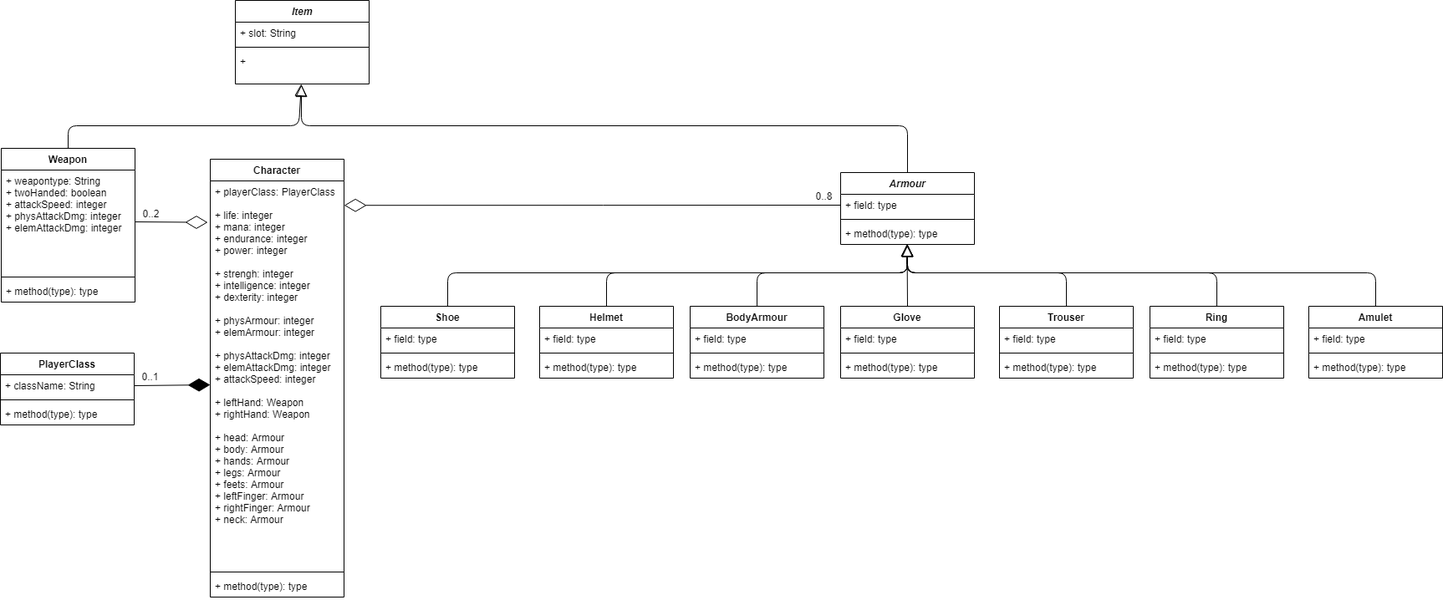
Before: res/UML-Klassendiagramm.png, a diagram exported from draw.io (Medolyah/Mystic-Studio). Source tidied: cells renumbered, new cells last; positions are measured from the earlier drawing's top-left corner, leaving out a move shared by most shapes.
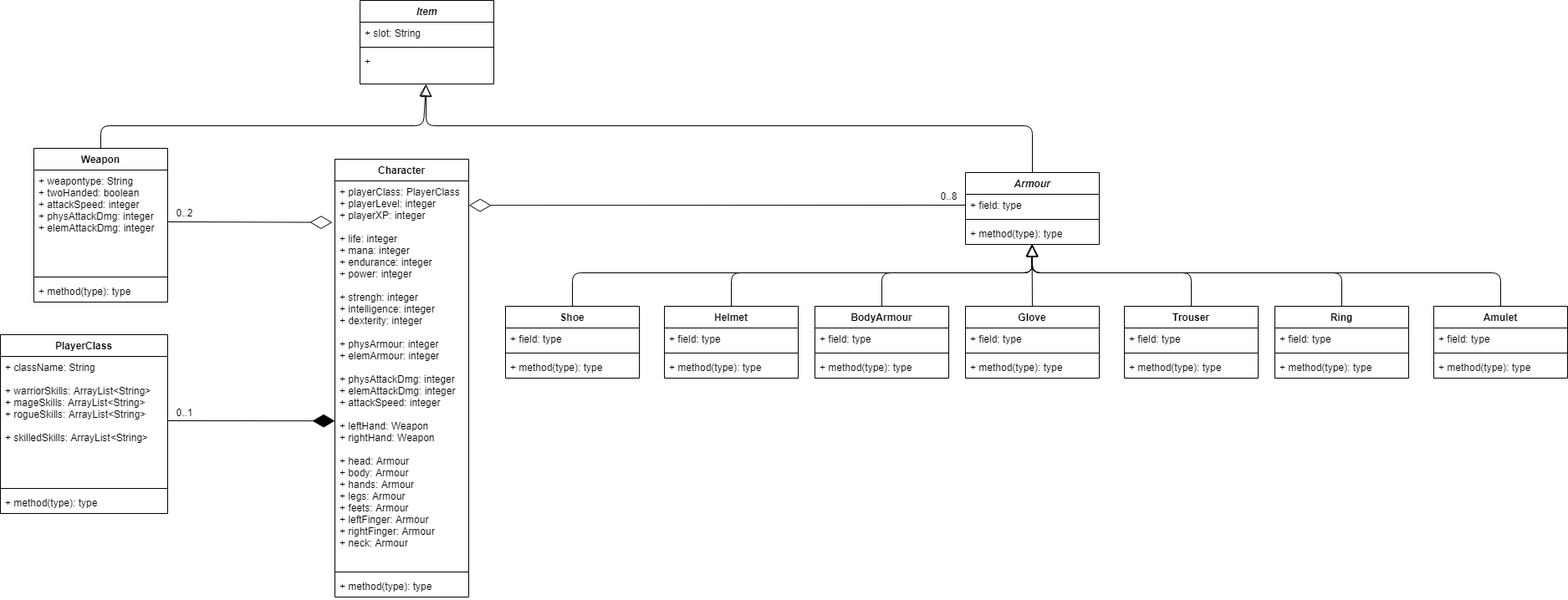
The same diagram one commit later.

Change to the diagram source:
```diff
@@ -5,7 +5,7 @@
     <mxCell id="2" value="Character" style="swimlane;fontStyle=1;align=center;verticalAlign=top;horizontal=1;startSize=26;" parent="1" vertex="1">
       <mxGeometry x="251" y="190" width="160" height="524" as="geometry" />
     </mxCell>
-    <mxCell id="3" value="+ playerClass: PlayerClass&#10;&#10;+ life: integer&#10;+ mana: integer&#10;+ endurance: integer&#10;+ power: integer&#10;&#10;+ strengh: integer&#10;+ intelligence: integer&#10;+ dexterity: integer&#10;&#10;+ physArmour: integer&#10;+ elemArmour: integer&#10;&#10;+ physAttackDmg: integer&#10;+ elemAttackDmg: integer&#10;+ attackSpeed: integer&#10;&#10;+ leftHand: Weapon&#10;+ rightHand: Weapon&#10;&#10;+ head: Armour&#10;+ body: Armour&#10;+ hands: Armour&#10;+ legs: Armour&#10;+ feets: Armour&#10;+ leftFinger: Armour&#10;+ rightFinger: Armour&#10;+ neck: Armour" style="text;strokeColor=none;fillColor=none;align=left;verticalAlign=top;spacingLeft=4;spacingRight=4;overflow=hidden;points=[[0,0.5],[1,0.5]];portConstraint=eastwest;" parent="2" vertex="1">
+    <mxCell id="3" value="+ playerClass: PlayerClass&#10;+ playerLevel: integer&#10;+ playerXP: integer&#10;&#10;+ life: integer&#10;+ mana: integer&#10;+ endurance: integer&#10;+ power: integer&#10;&#10;+ strengh: integer&#10;+ intelligence: integer&#10;+ dexterity: integer&#10;&#10;+ physArmour: integer&#10;+ elemArmour: integer&#10;&#10;+ physAttackDmg: integer&#10;+ elemAttackDmg: integer&#10;+ attackSpeed: integer&#10;&#10;+ leftHand: Weapon&#10;+ rightHand: Weapon&#10;&#10;+ head: Armour&#10;+ body: Armour&#10;+ hands: Armour&#10;+ legs: Armour&#10;+ feets: Armour&#10;+ leftFinger: Armour&#10;+ rightFinger: Armour&#10;+ neck: Armour" style="text;strokeColor=none;fillColor=none;align=left;verticalAlign=top;spacingLeft=4;spacingRight=4;overflow=hidden;points=[[0,0.5],[1,0.5]];portConstraint=eastwest;" parent="2" vertex="1">
       <mxGeometry y="26" width="160" height="464" as="geometry" />
     </mxCell>
     <mxCell id="4" style="line;strokeWidth=1;fillColor=none;align=left;verticalAlign=middle;spacingTop=-1;spacingLeft=3;spacingRight=3;labelPosition=right;" parent="2" vertex="1">
@@ -35,7 +35,7 @@
       <mxGeometry y="60" width="160" height="40" as="geometry" />
     </mxCell>
     <mxCell id="11" value="Weapon" style="swimlane;fontStyle=1;align=center;verticalAlign=top;horizontal=1;startSize=26;" parent="1" vertex="1">
-      <mxGeometry x="1" y="177" width="160" height="184" as="geometry" />
+      <mxGeometry x="-109" y="177" width="160" height="184" as="geometry" />
     </mxCell>
     <mxCell id="12" value="+ weapontype: String&#10;+ twoHanded: boolean&#10;+ attackSpeed: integer&#10;+ physAttackDmg: integer&#10;+ elemAttackDmg: integer" style="text;strokeColor=none;fillColor=none;align=left;verticalAlign=top;spacingLeft=4;spacingRight=4;overflow=hidden;points=[[0,0.5],[1,0.5]];portConstraint=eastwest;" parent="11" vertex="1">
       <mxGeometry y="26" width="160" height="124" as="geometry" />
@@ -61,7 +61,7 @@
     <mxCell id="19" style="endArrow=block;endFill=0;endSize=12;html=1;exitX=0.5;exitY=0;exitDx=0;exitDy=0;" parent="1" edge="1" source="11" target="10">
       <mxGeometry relative="1" as="geometry">
         <Array as="points">
-          <mxPoint x="81" y="150" />
+          <mxPoint x="-29" y="150" />
           <mxPoint x="357" y="150" />
         </Array>
       </mxGeometry>
@@ -202,7 +202,7 @@
       </mxGeometry>
     </mxCell>
     <mxCell id="55" value="0..2" style="text;html=1;align=center;verticalAlign=middle;" parent="1" vertex="1">
-      <mxGeometry x="160" y="245" width="40" height="20" as="geometry" />
+      <mxGeometry x="51" y="244" width="40" height="20" as="geometry" />
     </mxCell>
     <mxCell id="56" style="endArrow=diamondThin;endFill=0;endSize=24;html=1;strokeColor=#000000;strokeWidth=1;align=center;entryX=-0.019;entryY=0.107;entryDx=0;entryDy=0;exitX=1;exitY=0.5;exitDx=0;exitDy=0;entryPerimeter=0;" parent="1" edge="1" source="12" target="3">
       <mxGeometry relative="1" as="geometry" />
@@ -214,22 +214,22 @@
       <mxGeometry x="965" y="224" width="40" height="20" as="geometry" />
     </mxCell>
     <mxCell id="59" value="PlayerClass" style="swimlane;fontStyle=1;align=center;verticalAlign=top;horizontal=1;startSize=26;" parent="1" vertex="1">
-      <mxGeometry y="422" width="160" height="86" as="geometry" />
+      <mxGeometry x="-149" y="400" width="200" height="214" as="geometry" />
     </mxCell>
-    <mxCell id="60" value="+ className: String" style="text;strokeColor=none;fillColor=none;align=left;verticalAlign=top;spacingLeft=4;spacingRight=4;overflow=hidden;points=[[0,0.5],[1,0.5]];portConstraint=eastwest;" parent="59" vertex="1">
-      <mxGeometry y="26" width="160" height="26" as="geometry" />
+    <mxCell id="60" value="+ className: String&#10;&#10;+ warriorSkills: ArrayList&lt;String&gt;&#10;+ mageSkills: ArrayList&lt;String&gt;&#10;+ rogueSkills: ArrayList&lt;String&gt;&#10;&#10;+ skilledSkills: ArrayList&lt;String&gt;" style="text;strokeColor=none;fillColor=none;align=left;verticalAlign=top;spacingLeft=4;spacingRight=4;overflow=hidden;points=[[0,0.5],[1,0.5]];portConstraint=eastwest;" parent="59" vertex="1">
+      <mxGeometry y="26" width="200" height="154" as="geometry" />
     </mxCell>
     <mxCell id="61" style="line;strokeWidth=1;fillColor=none;align=left;verticalAlign=middle;spacingTop=-1;spacingLeft=3;spacingRight=3;labelPosition=right;" parent="59" vertex="1">
-      <mxGeometry y="52" width="160" height="8" as="geometry" />
+      <mxGeometry y="180" width="200" height="8" as="geometry" />
     </mxCell>
     <mxCell id="62" value="+ method(type): type" style="text;strokeColor=none;fillColor=none;align=left;verticalAlign=top;spacingLeft=4;spacingRight=4;overflow=hidden;" parent="59" vertex="1">
-      <mxGeometry y="60" width="160" height="26" as="geometry" />
+      <mxGeometry y="188" width="200" height="26" as="geometry" />
     </mxCell>
-    <mxCell id="63" style="endArrow=diamondThin;endFill=1;endSize=24;html=1;strokeColor=#000000;strokeWidth=1;align=center;entryX=0;entryY=0.526;entryDx=0;entryDy=0;entryPerimeter=0;exitX=1;exitY=0.5;exitDx=0;exitDy=0;" parent="1" edge="1" source="60" target="3">
+    <mxCell id="63" style="endArrow=diamondThin;endFill=1;endSize=24;html=1;strokeColor=#000000;strokeWidth=1;align=center;entryX=0;entryY=0.619;entryDx=0;entryDy=0;entryPerimeter=0;exitX=1;exitY=0.5;exitDx=0;exitDy=0;" parent="1" edge="1" source="60" target="3">
       <mxGeometry relative="1" as="geometry" />
     </mxCell>
     <mxCell id="64" value="0..1" style="text;html=1;align=center;verticalAlign=middle;" parent="1" vertex="1">
-      <mxGeometry x="159" y="440" width="40" height="20" as="geometry" />
+      <mxGeometry x="51" y="483" width="40" height="20" as="geometry" />
     </mxCell>
   </root>
 </mxGraphModel>
```
